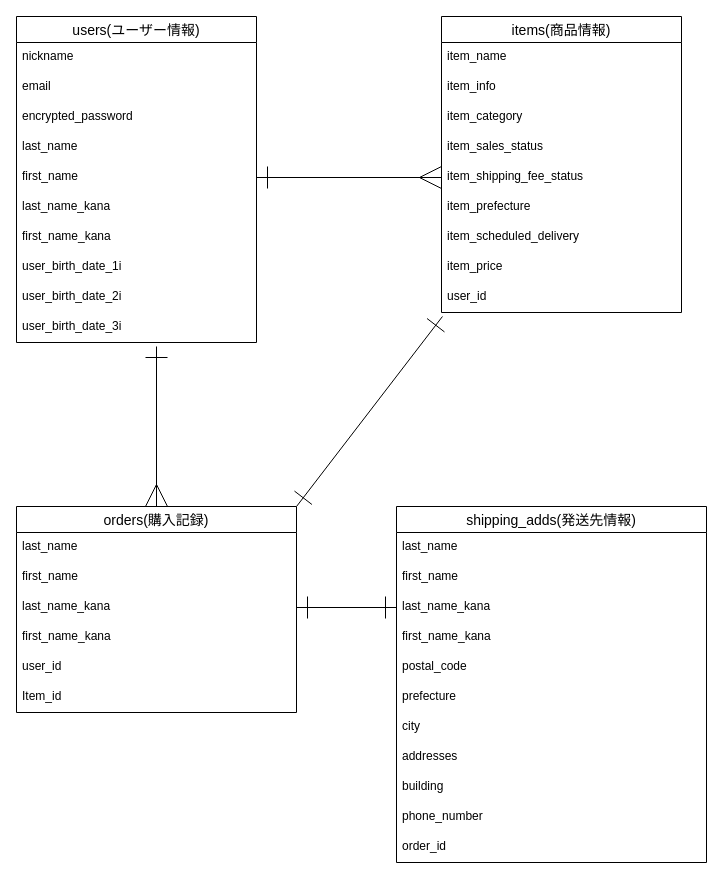
Before: ERzu.dio in kento29/furima-39015, a draw.io diagram. Source tidied: cells renumbered, new cells numbered last; positions are measured from the earlier drawing's top-left corner, leaving out a move shared by most shapes. Both pictures are drawn from the tidied source at 100%, with x=0, y=0 at pixel (16, 16).
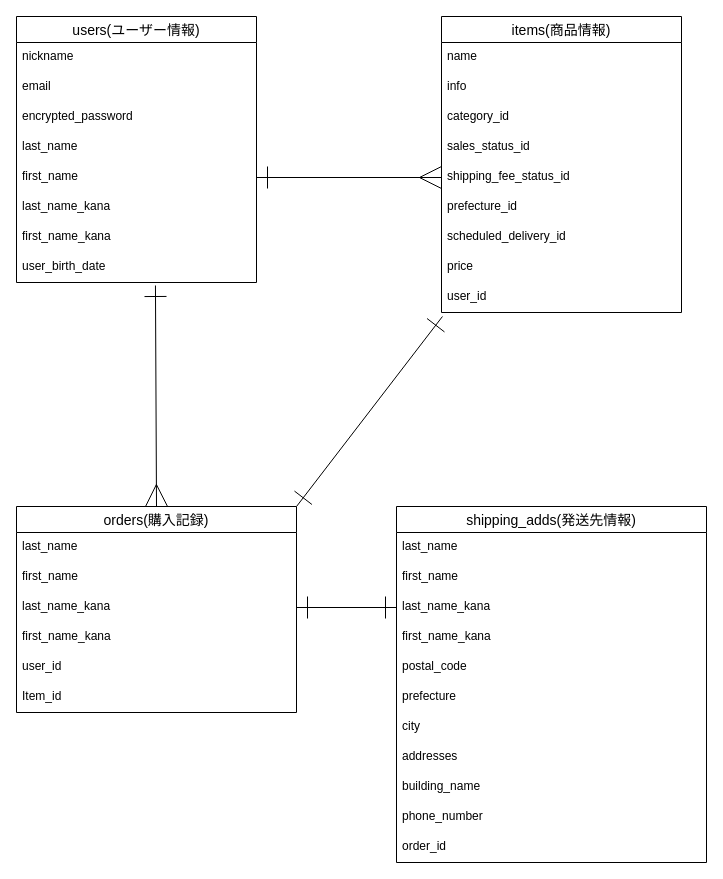
After the change.

Commit message (it also covers changes not shown here):
データベース設計（再）

Unchanged cells that the change refers to:
```xml
<mxCell id="13" value="items(商品情報)" style="swimlane;fontStyle=0;horizontal=1;startSize=26;align=center;fontSize=14;" parent="1" vertex="1">
  <mxGeometry x="425" width="240" height="296" as="geometry" />
</mxCell>
<mxCell id="25" value="orders(購入記録)" style="swimlane;fontStyle=0;horizontal=1;startSize=26;align=center;fontSize=14;" parent="1" vertex="1">
  <mxGeometry y="490" width="280" height="206" as="geometry" />
</mxCell>
<mxCell id="32" value="shipping_adds(発送先情報)" style="swimlane;fontStyle=0;horizontal=1;startSize=26;align=center;fontSize=14;" parent="1" vertex="1">
  <mxGeometry x="380" y="490" width="310" height="356" as="geometry" />
</mxCell>
```

The edit, as a diff of the source:
```diff
@@
     <mxCell id="2" value="users(ユーザー情報)" style="swimlane;fontStyle=0;horizontal=1;startSize=26;align=center;fontSize=14;" parent="1" vertex="1">
-      <mxGeometry width="240" height="326" as="geometry" />
+      <mxGeometry width="240" height="266" as="geometry" />
     </mxCell>
@@
-    <mxCell id="10" value="user_birth_date_1i" style="text;strokeColor=none;fillColor=none;spacingLeft=4;spacingRight=4;overflow=hidden;points=[[0,0.5],[1,0.5]];portConstraint=eastwest;fontSize=12;" parent="2" vertex="1">
+    <mxCell id="10" value="user_birth_date" style="text;strokeColor=none;fillColor=none;spacingLeft=4;spacingRight=4;overflow=hidden;points=[[0,0.5],[1,0.5]];portConstraint=eastwest;fontSize=12;" parent="2" vertex="1">
       <mxGeometry y="236" width="240" height="30" as="geometry" />
     </mxCell>
-    <mxCell id="11" value="user_birth_date_2i" style="text;strokeColor=none;fillColor=none;spacingLeft=4;spacingRight=4;overflow=hidden;fontSize=12;" parent="2" vertex="1">
-      <mxGeometry y="266" width="240" height="30" as="geometry" />
-    </mxCell>
-    <mxCell id="12" value="user_birth_date_3i" style="text;strokeColor=none;fillColor=none;spacingLeft=4;spacingRight=4;overflow=hidden;fontSize=12;" parent="2" vertex="1">
-      <mxGeometry y="296" width="240" height="30" as="geometry" />
-    </mxCell>
@@
-    <mxCell id="14" value="item_name" style="text;strokeColor=none;fillColor=none;spacingLeft=4;spacingRight=4;overflow=hidden;fontSize=12;" parent="13" vertex="1">
+    <mxCell id="14" value="name" style="text;strokeColor=none;fillColor=none;spacingLeft=4;spacingRight=4;overflow=hidden;fontSize=12;" parent="13" vertex="1">
       <mxGeometry y="26" width="240" height="30" as="geometry" />
     </mxCell>
-    <mxCell id="15" value="item_info" style="text;strokeColor=none;fillColor=none;spacingLeft=4;spacingRight=4;overflow=hidden;fontSize=12;" parent="13" vertex="1">
+    <mxCell id="15" value="info" style="text;strokeColor=none;fillColor=none;spacingLeft=4;spacingRight=4;overflow=hidden;fontSize=12;" parent="13" vertex="1">
       <mxGeometry y="56" width="240" height="30" as="geometry" />
     </mxCell>
-    <mxCell id="16" value="item_category" style="text;strokeColor=none;fillColor=none;spacingLeft=4;spacingRight=4;overflow=hidden;fontSize=12;" parent="13" vertex="1">
+    <mxCell id="16" value="category_id" style="text;strokeColor=none;fillColor=none;spacingLeft=4;spacingRight=4;overflow=hidden;fontSize=12;" parent="13" vertex="1">
       <mxGeometry y="86" width="240" height="30" as="geometry" />
     </mxCell>
-    <mxCell id="17" value="item_sales_status" style="text;strokeColor=none;fillColor=none;spacingLeft=4;spacingRight=4;overflow=hidden;fontSize=12;" parent="13" vertex="1">
+    <mxCell id="17" value="sales_status_id" style="text;strokeColor=none;fillColor=none;spacingLeft=4;spacingRight=4;overflow=hidden;fontSize=12;" parent="13" vertex="1">
       <mxGeometry y="116" width="240" height="30" as="geometry" />
     </mxCell>
-    <mxCell id="18" value="item_shipping_fee_status" style="text;strokeColor=none;fillColor=none;spacingLeft=4;spacingRight=4;overflow=hidden;points=[[0,0.5],[1,0.5]];portConstraint=eastwest;fontSize=12;" parent="13" vertex="1">
+    <mxCell id="18" value="shipping_fee_status_id" style="text;strokeColor=none;fillColor=none;spacingLeft=4;spacingRight=4;overflow=hidden;points=[[0,0.5],[1,0.5]];portConstraint=eastwest;fontSize=12;" parent="13" vertex="1">
       <mxGeometry y="146" width="240" height="30" as="geometry" />
     </mxCell>
-    <mxCell id="19" value="item_prefecture" style="text;strokeColor=none;fillColor=none;spacingLeft=4;spacingRight=4;overflow=hidden;fontSize=12;" parent="13" vertex="1">
+    <mxCell id="19" value="prefecture_id" style="text;strokeColor=none;fillColor=none;spacingLeft=4;spacingRight=4;overflow=hidden;fontSize=12;" parent="13" vertex="1">
       <mxGeometry y="176" width="240" height="30" as="geometry" />
     </mxCell>
-    <mxCell id="20" value="item_scheduled_delivery" style="text;strokeColor=none;fillColor=none;spacingLeft=4;spacingRight=4;overflow=hidden;fontSize=12;" parent="13" vertex="1">
+    <mxCell id="20" value="scheduled_delivery_id" style="text;strokeColor=none;fillColor=none;spacingLeft=4;spacingRight=4;overflow=hidden;fontSize=12;" parent="13" vertex="1">
       <mxGeometry y="206" width="240" height="30" as="geometry" />
     </mxCell>
-    <mxCell id="21" value="item_price" style="text;strokeColor=none;fillColor=none;spacingLeft=4;spacingRight=4;overflow=hidden;fontSize=12;" parent="13" vertex="1">
+    <mxCell id="21" value="price" style="text;strokeColor=none;fillColor=none;spacingLeft=4;spacingRight=4;overflow=hidden;fontSize=12;" parent="13" vertex="1">
       <mxGeometry y="236" width="240" height="30" as="geometry" />
     </mxCell>
@@
-    <mxCell id="23" style="edgeStyle=none;html=1;exitX=0.5;exitY=0;exitDx=0;exitDy=0;startArrow=ERmany;startFill=0;endArrow=ERone;endFill=0;startSize=20;endSize=20;" parent="1" edge="1" source="25">
-      <mxGeometry relative="1" as="geometry">
-        <mxPoint x="140" y="330" as="targetPoint" />
-      </mxGeometry>
-    </mxCell>
@@
+    <mxCell id="46" style="edgeStyle=none;html=1;exitX=0.5;exitY=0;exitDx=0;exitDy=0;entryX=0.579;entryY=1.1;entryDx=0;entryDy=0;entryPerimeter=0;startArrow=ERmany;startFill=0;endArrow=ERone;endFill=0;startSize=20;endSize=20;" parent="1" edge="1" source="25" target="10">
+      <mxGeometry relative="1" as="geometry" />
+    </mxCell>
@@
-    <mxCell id="41" value="building" style="text;strokeColor=none;fillColor=none;spacingLeft=4;spacingRight=4;overflow=hidden;fontSize=12;" parent="32" vertex="1">
+    <mxCell id="41" value="building_name" style="text;strokeColor=none;fillColor=none;spacingLeft=4;spacingRight=4;overflow=hidden;fontSize=12;" parent="32" vertex="1">
       <mxGeometry y="266" width="310" height="30" as="geometry" />
     </mxCell>
```
